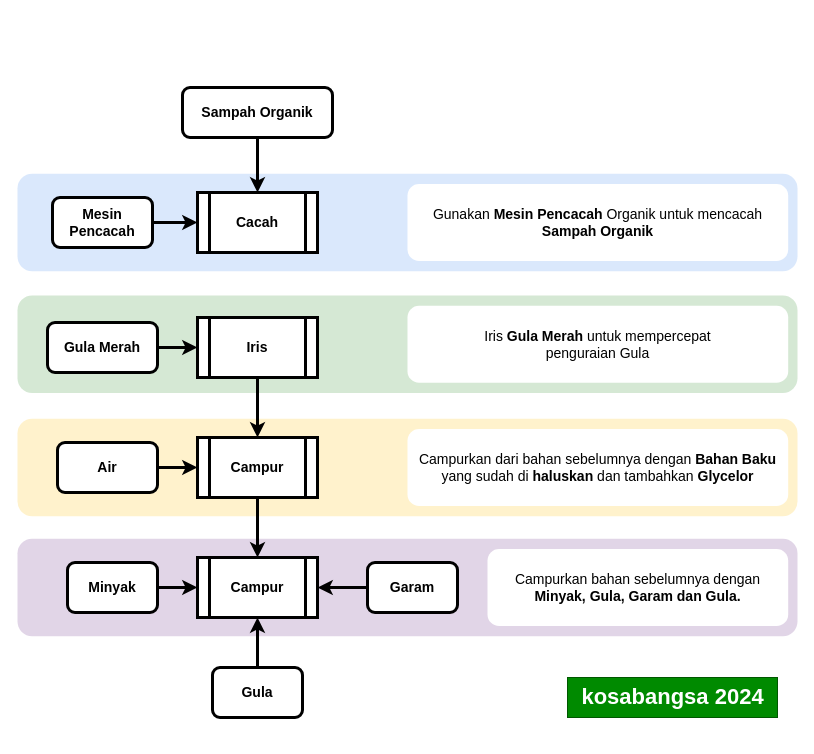
Before: sampah/eco-enzyme.drawio in syukrillah0108/RICP, a draw.io diagram. Source tidied: cells renumbered, new cells numbered last; positions are measured from the earlier drawing's top-left corner, leaving out a move shared by most shapes. Both pictures are drawn from the tidied source at 100%, with x=0, y=0 at pixel (17, 87).
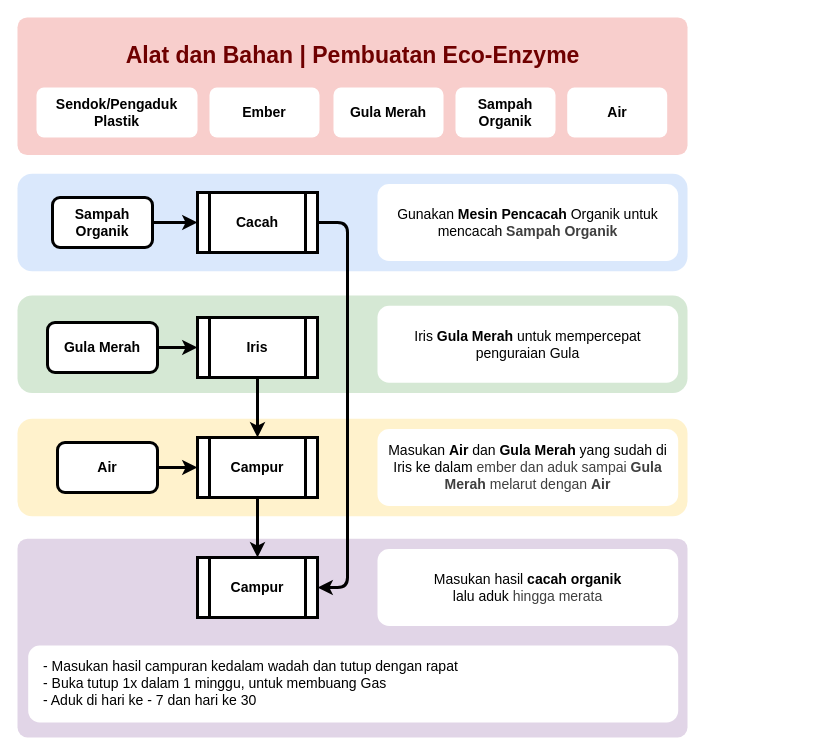
The same diagram, later.

Commit message (it also covers changes not shown here):
Add eco-enzyme SVG diagram for educational purposes

Unchanged cells that the change refers to:
```xml
<mxCell id="8" value="Cacah" style="shape=process;whiteSpace=wrap;html=1;backgroundOutline=1;strokeWidth=3;fontSize=14;fontStyle=1;" parent="1" vertex="1">
  <mxGeometry x="180" y="105" width="120" height="60" as="geometry" />
</mxCell>
<mxCell id="25" value="Campur" style="shape=process;whiteSpace=wrap;html=1;backgroundOutline=1;strokeWidth=3;fontSize=14;fontStyle=1;" parent="1" vertex="1">
  <mxGeometry x="180" y="470" width="120" height="60" as="geometry" />
</mxCell>
```

Diff of the diagram source:
```diff
@@
+    <mxCell id="31" style="rounded=1;whiteSpace=wrap;html=1;strokeWidth=3;fontSize=14;strokeColor=none;fillColor=#f8cecc;arcSize=7;" parent="1" vertex="1">
+      <mxGeometry y="-70" width="670" height="137.5" as="geometry" />
+    </mxCell>
-    <mxCell id="2" style="rounded=1;whiteSpace=wrap;html=1;strokeWidth=3;fontSize=14;strokeColor=none;fillColor=#e1d5e7;" parent="1" vertex="1">
-      <mxGeometry y="451.2" width="780" height="97.5" as="geometry" />
+    <mxCell id="2" style="rounded=1;whiteSpace=wrap;html=1;strokeWidth=3;fontSize=14;strokeColor=none;fillColor=#e1d5e7;arcSize=5;" parent="1" vertex="1">
+      <mxGeometry y="451.2" width="670" height="198.8" as="geometry" />
     </mxCell>
     <mxCell id="3" style="rounded=1;whiteSpace=wrap;html=1;strokeWidth=3;fontSize=14;strokeColor=none;fillColor=#fff2cc;" parent="1" vertex="1">
-      <mxGeometry y="331.2" width="780" height="97.5" as="geometry" />
+      <mxGeometry y="331.2" width="670" height="97.5" as="geometry" />
     </mxCell>
     <mxCell id="4" style="rounded=1;whiteSpace=wrap;html=1;strokeWidth=3;fontSize=14;strokeColor=none;fillColor=#d5e8d4;" parent="1" vertex="1">
-      <mxGeometry y="208" width="780" height="97.5" as="geometry" />
+      <mxGeometry y="208" width="670" height="97.5" as="geometry" />
     </mxCell>
     <mxCell id="5" style="rounded=1;whiteSpace=wrap;html=1;strokeWidth=3;fontSize=14;strokeColor=none;fillColor=#dae8fc;" parent="1" vertex="1">
-      <mxGeometry y="86.2" width="780" height="97.5" as="geometry" />
+      <mxGeometry y="86.2" width="670" height="97.5" as="geometry" />
     </mxCell>
@@
-    <mxCell id="10" value="Mesin Pencacah" style="rounded=1;whiteSpace=wrap;html=1;strokeWidth=3;fontSize=14;fontStyle=1;" parent="1" vertex="1">
+    <mxCell id="10" value="Sampah Organik" style="rounded=1;whiteSpace=wrap;html=1;strokeWidth=3;fontSize=14;fontStyle=1;" parent="1" vertex="1">
       <mxGeometry x="35" y="110" width="100" height="50" as="geometry" />
     </mxCell>
-    <mxCell id="11" style="edgeStyle=none;html=1;strokeWidth=3;fontSize=14;fontStyle=1;" parent="1" edge="1" source="12" target="8">
-      <mxGeometry relative="1" as="geometry" />
-    </mxCell>
-    <mxCell id="12" value="Sampah Organik" style="rounded=1;whiteSpace=wrap;html=1;strokeWidth=3;fontSize=14;fontStyle=1;" parent="1" vertex="1">
-      <mxGeometry x="165" width="150" height="50" as="geometry" />
-    </mxCell>
@@
-    <mxCell id="19" style="edgeStyle=none;html=1;strokeWidth=3;fontSize=14;fontStyle=1;" parent="1" edge="1" source="20" target="25">
-      <mxGeometry relative="1" as="geometry" />
-    </mxCell>
-    <mxCell id="20" value="Minyak" style="rounded=1;whiteSpace=wrap;html=1;strokeWidth=3;fontSize=14;fontStyle=1;" parent="1" vertex="1">
-      <mxGeometry x="50" y="475" width="90" height="50" as="geometry" />
-    </mxCell>
-    <mxCell id="21" style="edgeStyle=none;html=1;strokeWidth=3;fontSize=14;fontStyle=1;" parent="1" edge="1" source="22" target="25">
-      <mxGeometry relative="1" as="geometry" />
-    </mxCell>
-    <mxCell id="22" value="Garam" style="rounded=1;whiteSpace=wrap;html=1;strokeWidth=3;fontSize=14;fontStyle=1;" parent="1" vertex="1">
-      <mxGeometry x="350" y="475" width="90" height="50" as="geometry" />
-    </mxCell>
-    <mxCell id="23" style="edgeStyle=none;html=1;strokeWidth=3;fontSize=14;fontStyle=1;" parent="1" edge="1" source="24" target="25">
-      <mxGeometry relative="1" as="geometry" />
-    </mxCell>
-    <mxCell id="24" value="Gula" style="rounded=1;whiteSpace=wrap;html=1;strokeWidth=3;fontSize=14;fontStyle=1;" parent="1" vertex="1">
-      <mxGeometry x="195" y="580" width="90" height="50" as="geometry" />
-    </mxCell>
@@
-    <mxCell id="26" value="Gunakan &lt;b&gt;Mesin Pencacah&lt;/b&gt; Organik untuk mencacah&lt;div&gt;&lt;b&gt;Sampah Organik&lt;/b&gt;&lt;/div&gt;" style="rounded=1;whiteSpace=wrap;html=1;strokeWidth=3;fontSize=14;strokeColor=none;" parent="1" vertex="1">
-      <mxGeometry x="390" y="96.6" width="380.7" height="76.9" as="geometry" />
+    <mxCell id="26" value="Gunakan &lt;b&gt;Mesin Pencacah&lt;/b&gt; Organik untuk mencacah&amp;nbsp;&lt;b style=&quot;color: rgb(63, 63, 63); background-color: transparent;&quot;&gt;Sampah Organik&lt;/b&gt;" style="rounded=1;whiteSpace=wrap;html=1;strokeWidth=3;fontSize=14;strokeColor=none;" parent="1" vertex="1">
+      <mxGeometry x="360" y="96.6" width="300.7" height="76.9" as="geometry" />
     </mxCell>
     <mxCell id="27" value="Iris&amp;nbsp;&lt;b&gt;Gula Merah&lt;/b&gt; untuk mempercepat&lt;div&gt;penguraian Gula&lt;/div&gt;" style="rounded=1;whiteSpace=wrap;html=1;strokeWidth=3;fontSize=14;strokeColor=none;" parent="1" vertex="1">
-      <mxGeometry x="390" y="218.3" width="380.7" height="76.9" as="geometry" />
+      <mxGeometry x="360" y="218.3" width="300.7" height="76.9" as="geometry" />
     </mxCell>
-    <mxCell id="28" value="Campurkan dari bahan sebelumnya dengan &lt;b&gt;Bahan Baku&lt;/b&gt; yang sudah di &lt;b&gt;haluskan&lt;/b&gt; dan tambahkan &lt;b&gt;Glycelor&lt;/b&gt;" style="rounded=1;whiteSpace=wrap;html=1;strokeWidth=3;fontSize=14;strokeColor=none;" parent="1" vertex="1">
-      <mxGeometry x="390" y="341.6" width="380.7" height="76.9" as="geometry" />
+    <mxCell id="28" value="Masukan &lt;b&gt;Air&lt;/b&gt; dan &lt;b&gt;Gula Merah&lt;/b&gt;&amp;nbsp;yang sudah di Iris ke dalam&amp;nbsp;&lt;span style=&quot;color: rgb(63, 63, 63); background-color: transparent;&quot;&gt;ember dan aduk sampai &lt;/span&gt;&lt;b style=&quot;color: rgb(63, 63, 63); background-color: transparent;&quot;&gt;Gula Merah&lt;/b&gt;&lt;span style=&quot;color: rgb(63, 63, 63); background-color: transparent;&quot;&gt; melarut&amp;nbsp;&lt;/span&gt;&lt;span style=&quot;background-color: transparent; color: rgb(63, 63, 63);&quot;&gt;dengan &lt;/span&gt;&lt;b style=&quot;background-color: transparent; color: rgb(63, 63, 63);&quot;&gt;Air&lt;/b&gt;" style="rounded=1;whiteSpace=wrap;html=1;strokeWidth=3;fontSize=14;strokeColor=none;" parent="1" vertex="1">
+      <mxGeometry x="360" y="341.6" width="300.7" height="76.9" as="geometry" />
     </mxCell>
-    <mxCell id="29" value="Campurkan bahan sebelumnya dengan&lt;br&gt;&lt;b&gt;Minyak, Gula, Garam dan Gula.&lt;/b&gt;" style="rounded=1;whiteSpace=wrap;html=1;strokeWidth=3;fontSize=14;strokeColor=none;" parent="1" vertex="1">
-      <mxGeometry x="470" y="461.6" width="300.7" height="76.9" as="geometry" />
+    <mxCell id="29" value="Masukan hasil &lt;b&gt;cacah organik&lt;/b&gt;&lt;div&gt;lalu aduk&amp;nbsp;&lt;span style=&quot;color: rgb(63, 63, 63); background-color: transparent;&quot;&gt;hingga merata&lt;/span&gt;&lt;/div&gt;" style="rounded=1;whiteSpace=wrap;html=1;strokeWidth=3;fontSize=14;strokeColor=none;" parent="1" vertex="1">
+      <mxGeometry x="360" y="461.6" width="300.7" height="76.9" as="geometry" />
     </mxCell>
-    <mxCell id="30" value="kosabangsa 2024" style="text;html=1;align=center;verticalAlign=middle;fontSize=22;fontStyle=1;fillColor=#008a00;strokeColor=#005700;fontColor=#ffffff;" parent="1" vertex="1">
-      <mxGeometry x="550" y="590" width="210" height="40" as="geometry" />
+    <mxCell id="30" style="edgeStyle=none;html=1;strokeWidth=3;fontSize=14;fontStyle=1;entryX=1;entryY=0.5;entryDx=0;entryDy=0;exitX=1;exitY=0.5;exitDx=0;exitDy=0;" parent="1" edge="1" source="8" target="25">
+      <mxGeometry relative="1" as="geometry">
+        <Array as="points">
+          <mxPoint x="330" y="135" />
+          <mxPoint x="330" y="500" />
+        </Array>
+      </mxGeometry>
     </mxCell>
+    <mxCell id="32" value="- Masukan hasil campuran kedalam wadah dan tutup dengan rapat&lt;div&gt;- Buka tutup 1x dalam 1 minggu, untuk membuang Gas&lt;/div&gt;&lt;div&gt;- Aduk di hari ke - 7 dan hari ke 30&lt;/div&gt;" style="rounded=1;whiteSpace=wrap;html=1;strokeWidth=3;fontSize=14;strokeColor=none;align=left;spacingLeft=13;" parent="1" vertex="1">
+      <mxGeometry x="10.7" y="558" width="650" height="76.9" as="geometry" />
+    </mxCell>
+    <mxCell id="12" value="Sampah Organik" style="rounded=1;whiteSpace=wrap;html=1;strokeWidth=3;fontSize=14;fontStyle=1;strokeColor=none;" parent="1" vertex="1">
+      <mxGeometry x="438" width="100" height="50" as="geometry" />
+    </mxCell>
+    <mxCell id="33" value="Gula Merah" style="rounded=1;whiteSpace=wrap;html=1;strokeWidth=3;fontSize=14;fontStyle=1;strokeColor=none;" parent="1" vertex="1">
+      <mxGeometry x="316" width="110" height="50" as="geometry" />
+    </mxCell>
+    <mxCell id="34" value="Air" style="rounded=1;whiteSpace=wrap;html=1;strokeWidth=3;fontSize=14;fontStyle=1;strokeColor=none;" parent="1" vertex="1">
+      <mxGeometry x="549.7" width="100" height="50" as="geometry" />
+    </mxCell>
+    <mxCell id="35" value="Ember" style="rounded=1;whiteSpace=wrap;html=1;strokeWidth=3;fontSize=14;fontStyle=1;strokeColor=none;" parent="1" vertex="1">
+      <mxGeometry x="192" width="110" height="50" as="geometry" />
+    </mxCell>
+    <mxCell id="36" value="Sendok/Pengaduk Plastik" style="rounded=1;whiteSpace=wrap;html=1;strokeWidth=3;fontSize=14;fontStyle=1;strokeColor=none;" parent="1" vertex="1">
+      <mxGeometry x="19" width="161" height="50" as="geometry" />
+    </mxCell>
+    <mxCell id="37" value="Alat dan Bahan | Pembuatan Eco-Enzyme" style="text;html=1;align=center;verticalAlign=middle;strokeColor=none;fillColor=none;fontStyle=1;fontSize=23;fontColor=light-dark(#6f0000, #ededed);" parent="1" vertex="1">
+      <mxGeometry x="110" y="-52" width="450" height="40" as="geometry" />
+    </mxCell>
```
